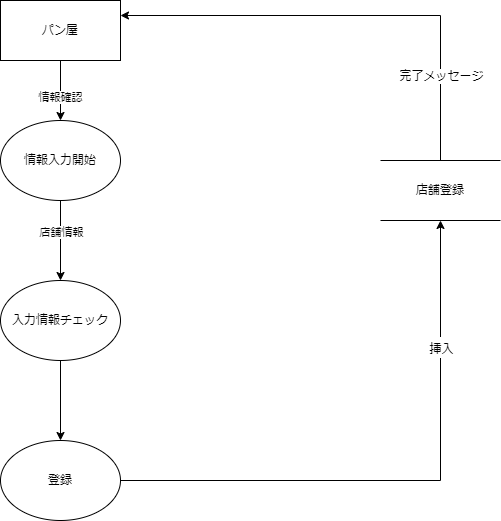
The draw.io diagram DFD/店舗登録.drawio.png in Pyama1013/Sotsu.Gamen, before a commit. Source tidied: cells renumbered, new cells last; positions are measured from the earlier drawing's top-left corner, leaving out a move shared by most shapes. Source of this version:
```xml
<mxGraphModel>
  <root>
    <mxCell id="0" />
    <mxCell id="1" parent="0" />
    <mxCell id="2" style="edgeStyle=orthogonalEdgeStyle;rounded=0;jettySize=auto;html=1;exitX=0.5;exitY=1;exitDx=0;exitDy=0;entryX=0.5;entryY=0;entryDx=0;entryDy=0;" parent="1" edge="1" source="4" target="7">
      <mxGeometry relative="1" as="geometry" />
    </mxCell>
    <mxCell id="3" value="情報確認" style="edgeLabel;html=1;align=center;verticalAlign=middle;" parent="2" vertex="1">
      <mxGeometry x="0.2" y="-1" relative="1" as="geometry" />
    </mxCell>
    <mxCell id="4" value="パン屋" style="rounded=0;whiteSpace=wrap;html=1;" parent="1" vertex="1">
      <mxGeometry width="120" height="60" as="geometry" />
    </mxCell>
    <mxCell id="5" style="edgeStyle=orthogonalEdgeStyle;rounded=0;jettySize=auto;html=1;exitX=0.5;exitY=1;exitDx=0;exitDy=0;entryX=0.5;entryY=0;entryDx=0;entryDy=0;" parent="1" edge="1" source="7" target="9">
      <mxGeometry relative="1" as="geometry" />
    </mxCell>
    <mxCell id="6" value="店舗情報" style="edgeLabel;html=1;align=center;verticalAlign=middle;" parent="5" vertex="1">
      <mxGeometry x="-0.23" relative="1" as="geometry" />
    </mxCell>
    <mxCell id="7" value="情報入力開始" style="ellipse;whiteSpace=wrap;html=1;" parent="1" vertex="1">
      <mxGeometry y="120" width="120" height="80" as="geometry" />
    </mxCell>
    <mxCell id="8" style="edgeStyle=orthogonalEdgeStyle;rounded=0;jettySize=auto;html=1;exitX=0.5;exitY=1;exitDx=0;exitDy=0;entryX=0.5;entryY=0;entryDx=0;entryDy=0;" parent="1" edge="1" source="9" target="12">
      <mxGeometry relative="1" as="geometry" />
    </mxCell>
    <mxCell id="9" value="入力情報チェック" style="ellipse;whiteSpace=wrap;html=1;" parent="1" vertex="1">
      <mxGeometry y="280" width="120" height="80" as="geometry" />
    </mxCell>
    <mxCell id="10" style="edgeStyle=orthogonalEdgeStyle;rounded=0;jettySize=auto;html=1;exitX=1;exitY=0.5;exitDx=0;exitDy=0;fontSize=18;" parent="1" edge="1" source="12">
      <mxGeometry relative="1" as="geometry">
        <mxPoint x="440" y="220" as="targetPoint" />
      </mxGeometry>
    </mxCell>
    <mxCell id="11" value="&lt;span style=&quot;font-size: 12px&quot;&gt;挿入&lt;/span&gt;" style="edgeLabel;html=1;align=center;verticalAlign=middle;fontSize=18;" parent="10" vertex="1">
      <mxGeometry x="0.56" relative="1" as="geometry" />
    </mxCell>
    <mxCell id="12" value="登録" style="ellipse;whiteSpace=wrap;html=1;" parent="1" vertex="1">
      <mxGeometry y="440" width="120" height="80" as="geometry" />
    </mxCell>
    <mxCell id="13" style="endArrow=classic;html=1;rounded=0;fontSize=12;entryX=1;entryY=0.25;entryDx=0;entryDy=0;exitX=0.5;exitY=0;exitDx=0;exitDy=0;" parent="1" edge="1" source="15" target="4">
      <mxGeometry relative="1" as="geometry">
        <Array as="points">
          <mxPoint x="440" y="15" />
        </Array>
      </mxGeometry>
    </mxCell>
    <mxCell id="14" value="完了メッセージ" style="edgeLabel;html=1;align=center;verticalAlign=middle;fontSize=12;" parent="13" vertex="1">
      <mxGeometry x="-0.63" relative="1" as="geometry" />
    </mxCell>
    <mxCell id="15" value="店舗登録" style="shape=partialRectangle;whiteSpace=wrap;html=1;left=0;right=0;fillColor=none;" parent="1" vertex="1">
      <mxGeometry x="380" y="160" width="120" height="60" as="geometry" />
    </mxCell>
  </root>
</mxGraphModel>
```
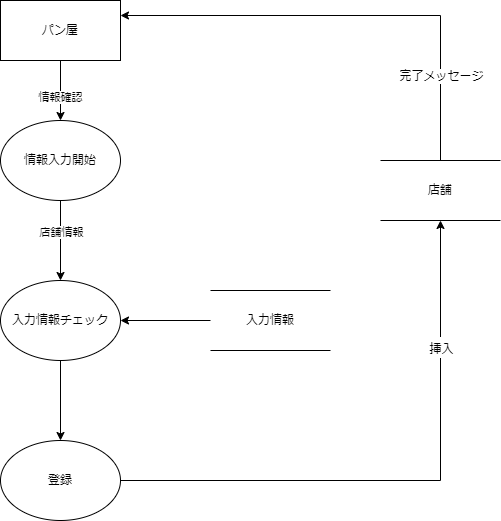
Above is the later version.

Commit message:
店舗登録.drawio.png を更新します

Change to the diagram source:
```diff
@@ -47,8 +47,14 @@
     <mxCell id="14" value="完了メッセージ" style="edgeLabel;html=1;align=center;verticalAlign=middle;fontSize=12;" parent="13" vertex="1">
       <mxGeometry x="-0.63" relative="1" as="geometry" />
     </mxCell>
-    <mxCell id="15" value="店舗登録" style="shape=partialRectangle;whiteSpace=wrap;html=1;left=0;right=0;fillColor=none;" parent="1" vertex="1">
+    <mxCell id="15" value="店舗" style="shape=partialRectangle;whiteSpace=wrap;html=1;left=0;right=0;fillColor=none;" parent="1" vertex="1">
       <mxGeometry x="380" y="160" width="120" height="60" as="geometry" />
     </mxCell>
+    <mxCell id="16" style="edgeStyle=orthogonalEdgeStyle;rounded=0;jettySize=auto;html=1;exitX=0;exitY=0.5;exitDx=0;exitDy=0;entryX=1;entryY=0.5;entryDx=0;entryDy=0;fontSize=12;" parent="1" edge="1" source="17" target="9">
+      <mxGeometry relative="1" as="geometry" />
+    </mxCell>
+    <mxCell id="17" value="入力情報" style="shape=partialRectangle;whiteSpace=wrap;html=1;left=0;right=0;fillColor=none;" parent="1" vertex="1">
+      <mxGeometry x="210" y="290" width="120" height="60" as="geometry" />
+    </mxCell>
   </root>
 </mxGraphModel>
```
